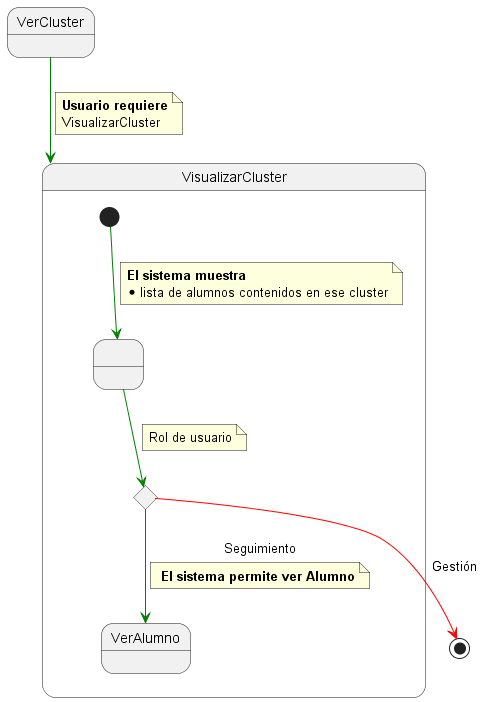
Before: 000-entregas/Grupo1/DetalleCasosDeUso/images/VerCluster.png, a diagram exported from PlantUML (mmasias/IdSw1-22-23). Its diagram source:
```plantuml
@startuml VerCluster

State VerCluster

State VisualizarCluster{

  State state1 as " "

  state c <<choice>>

  [*] -[#green]-> state1

  note on link
    <b>El sistema muestra
    * lista de alumnos contenidos en ese cluster
  end note

  state1 -[#green]-> c

  note on link
    Rol de usuario
  end note

  c -[#green]-> VerAlumno : Seguimiento

  note on link
    <b> El sistema permite ver Alumno
  end note
}

VerCluster -[#green]-> VisualizarCluster

note on link
 <b>Usuario requiere
 VisualizarCluster
end note

c -[#red]-> [*] : Gestión


@enduml
```
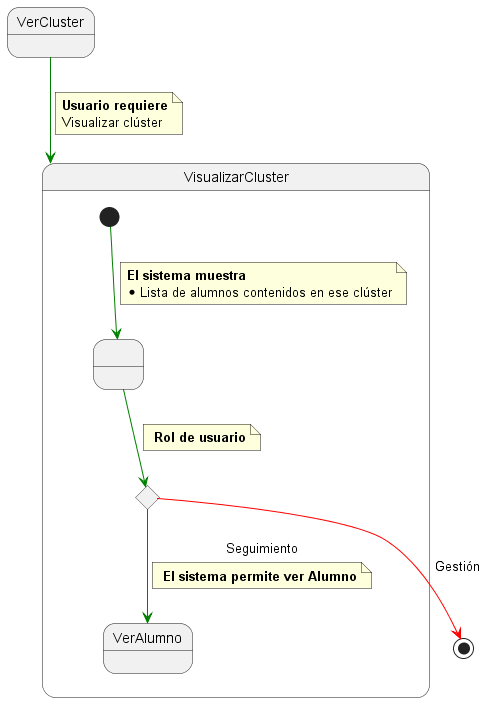
The same diagram one commit later.

The edit, as a diff of the source:
```diff
@@ -12,13 +12,13 @@
 
   note on link
     <b>El sistema muestra
-    * lista de alumnos contenidos en ese cluster
+    * Lista de alumnos contenidos en ese clúster
   end note
 
   state1 -[#green]-> c
 
   note on link
-    Rol de usuario
+    <b> Rol de usuario
   end note
 
   c -[#green]-> VerAlumno : Seguimiento
@@ -32,7 +32,7 @@
 
 note on link
  <b>Usuario requiere
- VisualizarCluster
+ Visualizar clúster
 end note
 
 c -[#red]-> [*] : Gestión
```
